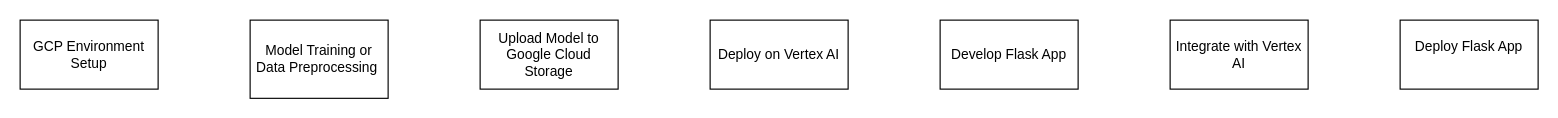
parmarjh/phoenix-onboarding-chatbot keeps this draw.io diagram as Development_Steps.drawio. Above is the earlier version. Source tidied: cells renumbered, new cells numbered last; positions are measured from the earlier drawing's top-left corner, leaving out a move shared by most shapes. Both pictures are drawn from the tidied source at 115%, with x=0, y=0 at pixel (20, 20).
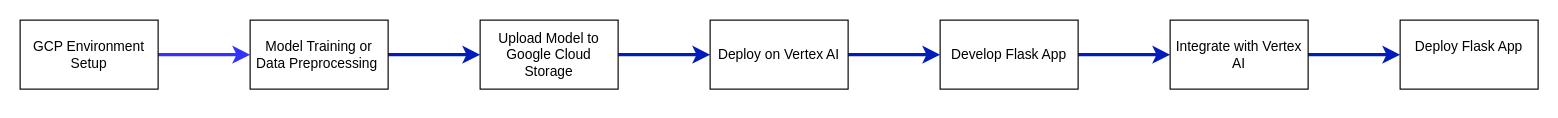
The same diagram, later.

The edit, as a diff of the source:
```diff
@@
 <mxGraphModel>
   <root>
     <mxCell id="0" />
     <mxCell id="1" parent="0" />
+    <mxCell id="9" style="edgeStyle=orthogonalEdgeStyle;rounded=0;jettySize=auto;html=1;fillColor=#3333FF;strokeColor=#3333FF;strokeWidth=3;" parent="1" edge="1" source="2" target="3">
+      <mxGeometry relative="1" as="geometry" />
+    </mxCell>
     <mxCell id="2" value="GCP Environment Setup" style="rounded=0;whiteSpace=wrap;html=1;" parent="1" vertex="1">
       <mxGeometry width="120" height="60" as="geometry" />
     </mxCell>
+    <mxCell id="10" style="edgeStyle=orthogonalEdgeStyle;rounded=0;jettySize=auto;html=1;strokeWidth=3;fillColor=#0050ef;strokeColor=#001DBC;" parent="1" edge="1" source="3" target="4">
+      <mxGeometry relative="1" as="geometry" />
+    </mxCell>
     <mxCell id="3" value="Model Training or Data Preprocessing&amp;nbsp;" style="rounded=0;whiteSpace=wrap;html=1;" parent="1" vertex="1">
-      <mxGeometry x="200" width="120" height="68" as="geometry" />
+      <mxGeometry x="200" width="120" height="60" as="geometry" />
     </mxCell>
+    <mxCell id="11" style="edgeStyle=orthogonalEdgeStyle;rounded=0;jettySize=auto;html=1;fillColor=#0050ef;strokeColor=#001DBC;strokeWidth=3;" parent="1" edge="1" source="4" target="5">
+      <mxGeometry relative="1" as="geometry" />
+    </mxCell>
     <mxCell id="4" value="Upload Model to Google Cloud Storage" style="rounded=0;whiteSpace=wrap;html=1;" parent="1" vertex="1">
       <mxGeometry x="400" width="120" height="60" as="geometry" />
     </mxCell>
+    <mxCell id="12" style="edgeStyle=orthogonalEdgeStyle;rounded=0;jettySize=auto;html=1;fillColor=#0050ef;strokeColor=#001DBC;strokeWidth=3;" parent="1" edge="1" source="5" target="6">
+      <mxGeometry relative="1" as="geometry" />
+    </mxCell>
     <mxCell id="5" value="Deploy on Vertex AI" style="rounded=0;whiteSpace=wrap;html=1;" parent="1" vertex="1">
       <mxGeometry x="600" width="120" height="60" as="geometry" />
     </mxCell>
+    <mxCell id="13" style="edgeStyle=orthogonalEdgeStyle;rounded=0;jettySize=auto;html=1;fillColor=#0050ef;strokeColor=#001DBC;strokeWidth=3;" parent="1" edge="1" source="6" target="7">
+      <mxGeometry relative="1" as="geometry" />
+    </mxCell>
     <mxCell id="6" value="Develop Flask App" style="rounded=0;whiteSpace=wrap;html=1;" parent="1" vertex="1">
       <mxGeometry x="800" width="120" height="60" as="geometry" />
     </mxCell>
+    <mxCell id="14" style="edgeStyle=orthogonalEdgeStyle;rounded=0;jettySize=auto;html=1;fillColor=#0050ef;strokeColor=#001DBC;strokeWidth=3;" parent="1" edge="1" source="7" target="8">
+      <mxGeometry relative="1" as="geometry" />
+    </mxCell>
     <mxCell id="7" value="Integrate with Vertex AI" style="rounded=0;whiteSpace=wrap;html=1;" parent="1" vertex="1">
       <mxGeometry x="1000" width="120" height="60" as="geometry" />
     </mxCell>
     <mxCell id="8" value="&#10;Deploy Flask App&#10;&#10;" style="rounded=0;whiteSpace=wrap;html=1;" parent="1" vertex="1">
       <mxGeometry x="1200" width="120" height="60" as="geometry" />
     </mxCell>
   </root>
 </mxGraphModel>
```
